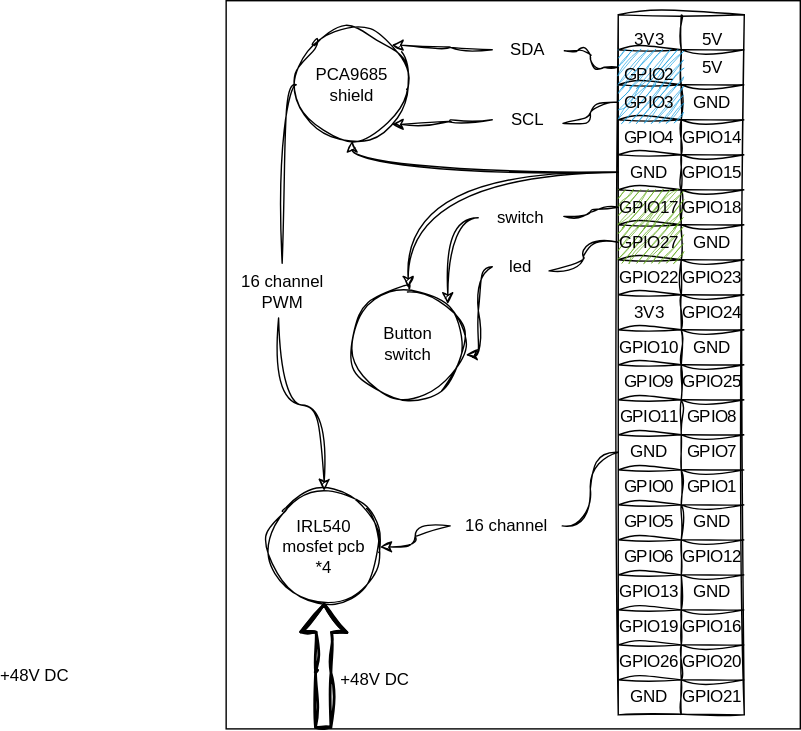
This is ressources/diagram-wiring.svg from lan-ensad/cloches-sous-tension, a draw.io export, as it was before one commit. Source tidied: cells renumbered, new cells last; positions are measured from the earlier drawing's top-left corner, leaving out a move shared by most shapes.
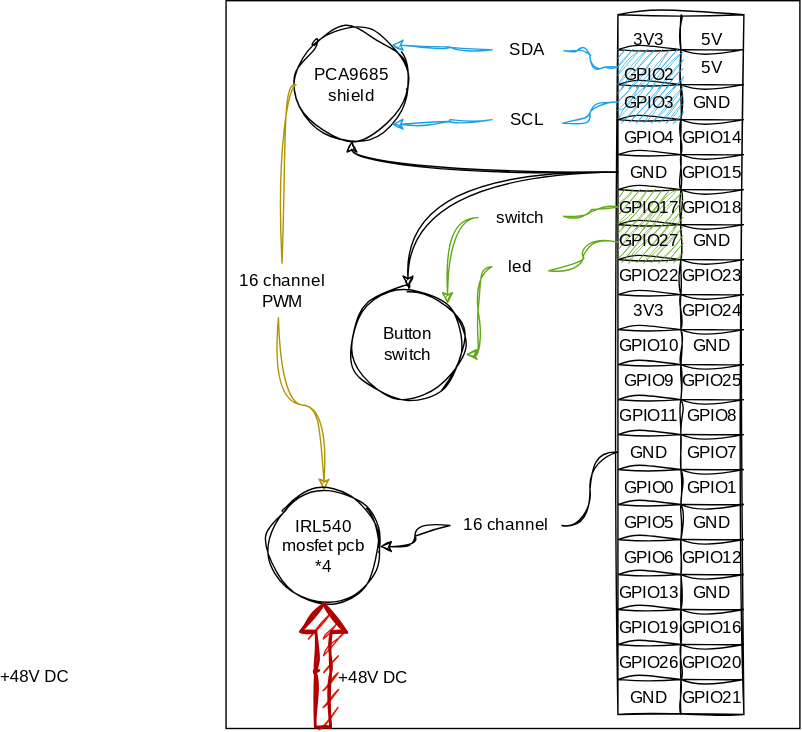
The same diagram one commit later.

What changed in the source:
```diff
@@ -20,7 +20,7 @@
     <mxCell id="7" style="shape=tableRow;horizontal=0;startSize=0;swimlaneHead=0;swimlaneBody=0;top=0;left=0;bottom=0;right=0;fillColor=none;points=[[0,0.5],[1,0.5]];portConstraint=eastwest;hachureGap=4;fontFamily=Architects Daughter;fontSource=https%3A%2F%2Ffonts.googleapis.com%2Fcss%3Ffamily%3DArchitects%2BDaughter;fontSize=20;sketch=1;curveFitting=1;jiggle=2;" parent="3" vertex="1">
       <mxGeometry y="25" width="90" height="25" as="geometry" />
     </mxCell>
-    <mxCell id="8" value="&lt;font color=&quot;#000000&quot; style=&quot;font-size: 12px;&quot;&gt;GPIO2&lt;/font&gt;" style="shape=partialRectangle;html=1;whiteSpace=wrap;fillColor=#1ba1e2;top=0;left=0;bottom=0;right=0;overflow=hidden;hachureGap=4;fontFamily=Architects Daughter;fontSource=https%3A%2F%2Ffonts.googleapis.com%2Fcss%3Ffamily%3DArchitects%2BDaughter;fontSize=20;fontColor=#ffffff;strokeColor=#006EAF;sketch=1;curveFitting=1;jiggle=2;" parent="7" vertex="1">
+    <mxCell id="8" value="&lt;font color=&quot;#000000&quot; style=&quot;font-size: 12px;&quot;&gt;GPIO2&lt;/font&gt;" style="shape=partialRectangle;html=1;whiteSpace=wrap;fillColor=#1BA1E2;top=0;left=0;bottom=0;right=0;overflow=hidden;hachureGap=4;fontFamily=Architects Daughter;fontSource=https%3A%2F%2Ffonts.googleapis.com%2Fcss%3Ffamily%3DArchitects%2BDaughter;fontSize=20;fontColor=#ffffff;strokeColor=#006EAF;sketch=1;curveFitting=1;jiggle=2;" parent="7" vertex="1">
       <mxGeometry width="45" height="25" as="geometry" />
     </mxCell>
     <mxCell id="9" value="5V" style="shape=partialRectangle;html=1;whiteSpace=wrap;fillColor=none;top=0;left=0;bottom=0;right=0;overflow=hidden;hachureGap=4;fontFamily=Architects Daughter;fontSource=https%3A%2F%2Ffonts.googleapis.com%2Fcss%3Ffamily%3DArchitects%2BDaughter;fontSize=12;sketch=1;curveFitting=1;jiggle=2;" parent="7" vertex="1">
@@ -56,7 +56,7 @@
     <mxCell id="19" style="shape=tableRow;horizontal=0;startSize=0;swimlaneHead=0;swimlaneBody=0;top=0;left=0;bottom=0;right=0;fillColor=none;points=[[0,0.5],[1,0.5]];portConstraint=eastwest;hachureGap=4;fontFamily=Architects Daughter;fontSource=https%3A%2F%2Ffonts.googleapis.com%2Fcss%3Ffamily%3DArchitects%2BDaughter;fontSize=20;sketch=1;curveFitting=1;jiggle=2;" parent="3" vertex="1">
       <mxGeometry y="125" width="90" height="25" as="geometry" />
     </mxCell>
-    <mxCell id="20" value="&lt;font color=&quot;#000000&quot;&gt;GPIO17&lt;/font&gt;" style="shape=partialRectangle;html=1;whiteSpace=wrap;fillColor=#60a917;top=0;left=0;bottom=0;right=0;overflow=hidden;hachureGap=4;fontFamily=Architects Daughter;fontSource=https%3A%2F%2Ffonts.googleapis.com%2Fcss%3Ffamily%3DArchitects%2BDaughter;fontSize=12;fontColor=#ffffff;strokeColor=#2D7600;sketch=1;curveFitting=1;jiggle=2;" parent="19" vertex="1">
+    <mxCell id="20" value="&lt;font color=&quot;#000000&quot;&gt;GPIO17&lt;/font&gt;" style="shape=partialRectangle;html=1;whiteSpace=wrap;fillColor=#60A917;top=0;left=0;bottom=0;right=0;overflow=hidden;hachureGap=4;fontFamily=Architects Daughter;fontSource=https%3A%2F%2Ffonts.googleapis.com%2Fcss%3Ffamily%3DArchitects%2BDaughter;fontSize=12;fontColor=#ffffff;strokeColor=#2D7600;sketch=1;curveFitting=1;jiggle=2;" parent="19" vertex="1">
       <mxGeometry width="45" height="25" as="geometry" />
     </mxCell>
     <mxCell id="21" value="GPIO18" style="shape=partialRectangle;html=1;whiteSpace=wrap;fillColor=none;top=0;left=0;bottom=0;right=0;overflow=hidden;hachureGap=4;fontFamily=Architects Daughter;fontSource=https%3A%2F%2Ffonts.googleapis.com%2Fcss%3Ffamily%3DArchitects%2BDaughter;fontSize=12;sketch=1;curveFitting=1;jiggle=2;" parent="19" vertex="1">
@@ -188,76 +188,76 @@
     <mxCell id="63" value="GPIO21" style="shape=partialRectangle;html=1;whiteSpace=wrap;fillColor=none;top=0;left=0;bottom=0;right=0;overflow=hidden;hachureGap=4;fontFamily=Architects Daughter;fontSource=https%3A%2F%2Ffonts.googleapis.com%2Fcss%3Ffamily%3DArchitects%2BDaughter;fontSize=12;sketch=1;curveFitting=1;jiggle=2;" parent="61" vertex="1">
       <mxGeometry x="45" width="45" height="25" as="geometry" />
     </mxCell>
-    <mxCell id="64" style="edgeStyle=orthogonalEdgeStyle;curved=1;html=1;exitX=0.468;exitY=0.977;exitDx=0;exitDy=0;entryX=0.5;entryY=0;entryDx=0;entryDy=0;fontSize=12;elbow=vertical;startArrow=none;exitPerimeter=0;sketch=1;curveFitting=1;jiggle=2;" parent="1" edge="1" source="83" target="81">
+    <mxCell id="64" style="edgeStyle=orthogonalEdgeStyle;curved=1;html=1;exitX=0.468;exitY=0.977;exitDx=0;exitDy=0;entryX=0.5;entryY=0;entryDx=0;entryDy=0;fontSize=12;elbow=vertical;startArrow=none;exitPerimeter=0;sketch=1;curveFitting=1;jiggle=2;fillColor=#e3c800;strokeColor=#B09500;" parent="1" edge="1" source="83" target="81">
       <mxGeometry relative="1" as="geometry" />
     </mxCell>
-    <mxCell id="65" value="PCA9685&lt;br&gt;shield" style="ellipse;whiteSpace=wrap;html=1;fontSize=12;sketch=1;curveFitting=1;jiggle=2;" parent="1" vertex="1">
+    <mxCell id="65" value="&lt;font face=&quot;Architects Daughter&quot;&gt;PCA9685&lt;br&gt;shield&lt;/font&gt;" style="ellipse;whiteSpace=wrap;html=1;fontSize=12;sketch=1;curveFitting=1;jiggle=2;" parent="1" vertex="1">
       <mxGeometry x="64" y="20" width="80" height="80" as="geometry" />
     </mxCell>
-    <mxCell id="66" style="edgeStyle=orthogonalEdgeStyle;html=1;exitX=0;exitY=0.5;exitDx=0;exitDy=0;entryX=1;entryY=0;entryDx=0;entryDy=0;fontSize=12;startArrow=none;curved=1;sketch=1;curveFitting=1;jiggle=2;" parent="1" edge="1" source="69" target="65">
+    <mxCell id="66" style="edgeStyle=orthogonalEdgeStyle;html=1;exitX=0;exitY=0.5;exitDx=0;exitDy=0;entryX=1;entryY=0;entryDx=0;entryDy=0;fontSize=12;startArrow=none;curved=1;sketch=1;curveFitting=1;jiggle=2;strokeColor=#1BA1E2;" parent="1" edge="1" source="69" target="65">
       <mxGeometry relative="1" as="geometry" />
     </mxCell>
-    <mxCell id="67" style="edgeStyle=orthogonalEdgeStyle;html=1;exitX=0;exitY=0.5;exitDx=0;exitDy=0;entryX=1;entryY=1;entryDx=0;entryDy=0;fontSize=12;startArrow=none;curved=1;sketch=1;curveFitting=1;jiggle=2;" parent="1" edge="1" source="71" target="65">
+    <mxCell id="67" style="edgeStyle=orthogonalEdgeStyle;html=1;exitX=0;exitY=0.5;exitDx=0;exitDy=0;entryX=1;entryY=1;entryDx=0;entryDy=0;fontSize=12;startArrow=none;curved=1;sketch=1;curveFitting=1;jiggle=2;strokeColor=#1BA1E2;" parent="1" edge="1" source="71" target="65">
       <mxGeometry relative="1" as="geometry" />
     </mxCell>
-    <mxCell id="68" style="html=1;exitX=0;exitY=0.5;exitDx=0;exitDy=0;entryX=1.03;entryY=0.524;entryDx=0;entryDy=0;fontSize=12;endArrow=none;entryPerimeter=0;edgeStyle=orthogonalEdgeStyle;sketch=1;curveFitting=1;jiggle=2;" parent="1" edge="1" source="7" target="69">
+    <mxCell id="68" style="html=1;exitX=0;exitY=0.5;exitDx=0;exitDy=0;entryX=1.03;entryY=0.524;entryDx=0;entryDy=0;fontSize=12;endArrow=none;entryPerimeter=0;edgeStyle=orthogonalEdgeStyle;sketch=1;curveFitting=1;jiggle=2;strokeColor=#1BA1E2;" parent="1" edge="1" source="7" target="69">
       <mxGeometry relative="1" as="geometry" />
     </mxCell>
-    <mxCell id="69" value="SDA" style="text;html=1;align=center;verticalAlign=middle;points=[];strokeColor=none;fillColor=none;fontSize=12;sketch=1;curveFitting=1;jiggle=2;" parent="1" vertex="1">
+    <mxCell id="69" value="&lt;font face=&quot;Architects Daughter&quot;&gt;SDA&lt;/font&gt;" style="text;html=1;align=center;verticalAlign=middle;points=[];strokeColor=none;fillColor=none;fontSize=12;sketch=1;curveFitting=1;jiggle=2;" parent="1" vertex="1">
       <mxGeometry x="204" y="20" width="50" height="30" as="geometry" />
     </mxCell>
-    <mxCell id="70" style="edgeStyle=orthogonalEdgeStyle;html=1;exitX=0;exitY=0.5;exitDx=0;exitDy=0;entryX=1.01;entryY=0.587;entryDx=0;entryDy=0;fontSize=12;endArrow=none;entryPerimeter=0;curved=1;sketch=1;curveFitting=1;jiggle=2;" parent="1" edge="1" source="10" target="71">
+    <mxCell id="70" style="edgeStyle=orthogonalEdgeStyle;html=1;exitX=0;exitY=0.5;exitDx=0;exitDy=0;entryX=1.01;entryY=0.587;entryDx=0;entryDy=0;fontSize=12;endArrow=none;entryPerimeter=0;curved=1;sketch=1;curveFitting=1;jiggle=2;strokeColor=#1BA1E2;" parent="1" edge="1" source="10" target="71">
       <mxGeometry relative="1" as="geometry" />
     </mxCell>
-    <mxCell id="71" value="SCL" style="text;html=1;align=center;verticalAlign=middle;points=[];strokeColor=none;fillColor=none;fontSize=12;sketch=1;curveFitting=1;jiggle=2;" parent="1" vertex="1">
+    <mxCell id="71" value="&lt;font face=&quot;Architects Daughter&quot;&gt;SCL&lt;/font&gt;" style="text;html=1;align=center;verticalAlign=middle;points=[];strokeColor=none;fillColor=none;fontSize=12;sketch=1;curveFitting=1;jiggle=2;" parent="1" vertex="1">
       <mxGeometry x="204" y="70" width="50" height="30" as="geometry" />
     </mxCell>
     <mxCell id="72" style="edgeStyle=orthogonalEdgeStyle;curved=1;html=1;exitX=0;exitY=0.5;exitDx=0;exitDy=0;entryX=0.5;entryY=1;entryDx=0;entryDy=0;fontSize=12;elbow=vertical;sketch=1;curveFitting=1;jiggle=2;" parent="1" edge="1" source="16" target="65">
       <mxGeometry relative="1" as="geometry" />
     </mxCell>
-    <mxCell id="73" value="Button&lt;br&gt;switch" style="ellipse;whiteSpace=wrap;html=1;fontSize=12;sketch=1;curveFitting=1;jiggle=2;" parent="1" vertex="1">
+    <mxCell id="73" value="&lt;font face=&quot;Architects Daughter&quot;&gt;Button&lt;br&gt;switch&lt;/font&gt;" style="ellipse;whiteSpace=wrap;html=1;fontSize=12;sketch=1;curveFitting=1;jiggle=2;" parent="1" vertex="1">
       <mxGeometry x="104" y="205" width="80" height="80" as="geometry" />
     </mxCell>
-    <mxCell id="74" style="edgeStyle=orthogonalEdgeStyle;curved=1;html=1;exitX=0;exitY=0.5;exitDx=0;exitDy=0;entryX=1;entryY=0;entryDx=0;entryDy=0;fontSize=12;elbow=vertical;startArrow=none;sketch=1;curveFitting=1;jiggle=2;" parent="1" edge="1" source="78" target="73">
+    <mxCell id="74" style="edgeStyle=orthogonalEdgeStyle;curved=1;html=1;exitX=0;exitY=0.5;exitDx=0;exitDy=0;entryX=1;entryY=0;entryDx=0;entryDy=0;fontSize=12;elbow=vertical;startArrow=none;sketch=1;curveFitting=1;jiggle=2;strokeColor=#60A917;" parent="1" edge="1" source="78" target="73">
       <mxGeometry relative="1" as="geometry" />
     </mxCell>
-    <mxCell id="75" style="edgeStyle=orthogonalEdgeStyle;curved=1;html=1;exitX=0;exitY=0.5;exitDx=0;exitDy=0;entryX=1.015;entryY=0.598;entryDx=0;entryDy=0;entryPerimeter=0;fontSize=12;elbow=vertical;startArrow=none;sketch=1;curveFitting=1;jiggle=2;" parent="1" edge="1" source="80" target="73">
+    <mxCell id="75" style="edgeStyle=orthogonalEdgeStyle;curved=1;html=1;exitX=0;exitY=0.5;exitDx=0;exitDy=0;entryX=1.015;entryY=0.598;entryDx=0;entryDy=0;entryPerimeter=0;fontSize=12;elbow=vertical;startArrow=none;sketch=1;curveFitting=1;jiggle=2;strokeColor=#60A917;" parent="1" edge="1" source="80" target="73">
       <mxGeometry relative="1" as="geometry" />
     </mxCell>
     <mxCell id="76" style="edgeStyle=orthogonalEdgeStyle;curved=1;html=1;exitX=0;exitY=0.5;exitDx=0;exitDy=0;entryX=0.5;entryY=0;entryDx=0;entryDy=0;fontSize=12;elbow=vertical;sketch=1;curveFitting=1;jiggle=2;" parent="1" edge="1" source="16" target="73">
       <mxGeometry relative="1" as="geometry" />
     </mxCell>
-    <mxCell id="77" style="edgeStyle=orthogonalEdgeStyle;curved=1;html=1;exitX=0;exitY=0.5;exitDx=0;exitDy=0;entryX=1.019;entryY=0.467;entryDx=0;entryDy=0;fontSize=12;elbow=vertical;endArrow=none;entryPerimeter=0;sketch=1;curveFitting=1;jiggle=2;" parent="1" edge="1" source="19" target="78">
+    <mxCell id="77" style="edgeStyle=orthogonalEdgeStyle;curved=1;html=1;exitX=0;exitY=0.5;exitDx=0;exitDy=0;entryX=1.019;entryY=0.467;entryDx=0;entryDy=0;fontSize=12;elbow=vertical;endArrow=none;entryPerimeter=0;sketch=1;curveFitting=1;jiggle=2;strokeColor=#60A917;" parent="1" edge="1" source="19" target="78">
       <mxGeometry relative="1" as="geometry" />
     </mxCell>
-    <mxCell id="78" value="switch" style="text;html=1;align=center;verticalAlign=middle;points=[];strokeColor=none;fillColor=none;fontSize=12;sketch=1;curveFitting=1;jiggle=2;" parent="1" vertex="1">
+    <mxCell id="78" value="switch" style="text;html=1;align=center;verticalAlign=middle;points=[];strokeColor=none;fillColor=none;fontSize=12;sketch=1;curveFitting=1;jiggle=2;fontFamily=Architects Daughter;fontSource=https%3A%2F%2Ffonts.googleapis.com%2Fcss%3Ffamily%3DArchitects%2BDaughter;" parent="1" vertex="1">
       <mxGeometry x="194" y="140" width="60" height="30" as="geometry" />
     </mxCell>
-    <mxCell id="79" style="edgeStyle=orthogonalEdgeStyle;curved=1;html=1;exitX=0;exitY=0.5;exitDx=0;exitDy=0;entryX=1.015;entryY=0.598;entryDx=0;entryDy=0;entryPerimeter=0;fontSize=12;elbow=vertical;endArrow=none;sketch=1;curveFitting=1;jiggle=2;" parent="1" edge="1" source="22" target="80">
+    <mxCell id="79" style="edgeStyle=orthogonalEdgeStyle;curved=1;html=1;exitX=0;exitY=0.5;exitDx=0;exitDy=0;entryX=1.015;entryY=0.598;entryDx=0;entryDy=0;entryPerimeter=0;fontSize=12;elbow=vertical;endArrow=none;sketch=1;curveFitting=1;jiggle=2;strokeColor=#60A917;" parent="1" edge="1" source="22" target="80">
       <mxGeometry relative="1" as="geometry" />
     </mxCell>
-    <mxCell id="80" value="led" style="text;html=1;align=center;verticalAlign=middle;points=[];strokeColor=none;fillColor=none;fontSize=12;sketch=1;curveFitting=1;jiggle=2;" parent="1" vertex="1">
+    <mxCell id="80" value="led" style="text;html=1;align=center;verticalAlign=middle;points=[];strokeColor=none;fillColor=none;fontSize=12;sketch=1;curveFitting=1;jiggle=2;fontFamily=Architects Daughter;fontSource=https%3A%2F%2Ffonts.googleapis.com%2Fcss%3Ffamily%3DArchitects%2BDaughter;" parent="1" vertex="1">
       <mxGeometry x="204" y="175" width="40" height="30" as="geometry" />
     </mxCell>
-    <mxCell id="81" value="IRL540&lt;br&gt;mosfet pcb&lt;br&gt;*4" style="ellipse;whiteSpace=wrap;html=1;fontSize=12;sketch=1;curveFitting=1;jiggle=2;" parent="1" vertex="1">
+    <mxCell id="81" value="IRL540&lt;br&gt;mosfet pcb&lt;br&gt;*4" style="ellipse;whiteSpace=wrap;html=1;fontSize=12;sketch=1;curveFitting=1;jiggle=2;fontFamily=Architects Daughter;fontSource=https%3A%2F%2Ffonts.googleapis.com%2Fcss%3Ffamily%3DArchitects%2BDaughter;" parent="1" vertex="1">
       <mxGeometry x="44" y="350" width="80" height="80" as="geometry" />
     </mxCell>
-    <mxCell id="82" style="edgeStyle=orthogonalEdgeStyle;curved=1;html=1;exitX=0;exitY=0.5;exitDx=0;exitDy=0;entryX=0.5;entryY=0;entryDx=0;entryDy=0;fontSize=12;elbow=vertical;endArrow=none;sketch=1;curveFitting=1;jiggle=2;" parent="1" edge="1" source="65" target="83">
+    <mxCell id="82" style="edgeStyle=orthogonalEdgeStyle;curved=1;html=1;exitX=0;exitY=0.5;exitDx=0;exitDy=0;entryX=0.5;entryY=0;entryDx=0;entryDy=0;fontSize=12;elbow=vertical;endArrow=none;sketch=1;curveFitting=1;jiggle=2;fillColor=#e3c800;strokeColor=#B09500;" parent="1" edge="1" source="65" target="83">
       <mxGeometry relative="1" as="geometry" />
     </mxCell>
-    <mxCell id="83" value="16 channel&lt;br&gt;PWM" style="text;html=1;align=center;verticalAlign=middle;points=[];strokeColor=none;fillColor=none;fontSize=12;sketch=1;curveFitting=1;jiggle=2;" parent="1" vertex="1">
+    <mxCell id="83" value="16 channel&lt;br&gt;PWM" style="text;html=1;align=center;verticalAlign=middle;points=[];strokeColor=none;fillColor=none;fontSize=12;sketch=1;curveFitting=1;jiggle=2;fontFamily=Architects Daughter;fontSource=https%3A%2F%2Ffonts.googleapis.com%2Fcss%3Ffamily%3DArchitects%2BDaughter;" parent="1" vertex="1">
       <mxGeometry x="14" y="187.5" width="80" height="40" as="geometry" />
     </mxCell>
-    <mxCell id="84" style="edgeStyle=orthogonalEdgeStyle;curved=1;html=1;exitX=0;exitY=0.5;exitDx=0;exitDy=0;entryX=1;entryY=0.5;entryDx=0;entryDy=0;fontSize=12;elbow=vertical;startArrow=none;sketch=1;curveFitting=1;jiggle=2;" parent="1" edge="1" source="86" target="81">
+    <mxCell id="84" style="edgeStyle=orthogonalEdgeStyle;curved=1;html=1;exitX=0;exitY=0.5;exitDx=0;exitDy=0;entryX=1;entryY=0.5;entryDx=0;entryDy=0;fontSize=12;elbow=vertical;startArrow=none;sketch=1;curveFitting=1;jiggle=2;strokeColor=#000000;" parent="1" edge="1" source="86" target="81">
       <mxGeometry relative="1" as="geometry" />
     </mxCell>
-    <mxCell id="85" style="edgeStyle=orthogonalEdgeStyle;curved=1;html=1;exitX=0;exitY=0.5;exitDx=0;exitDy=0;entryX=1;entryY=0.5;entryDx=0;entryDy=0;fontSize=12;elbow=vertical;endArrow=none;sketch=1;curveFitting=1;jiggle=2;" parent="1" edge="1" source="40" target="86">
+    <mxCell id="85" style="edgeStyle=orthogonalEdgeStyle;curved=1;html=1;exitX=0;exitY=0.5;exitDx=0;exitDy=0;entryX=1;entryY=0.5;entryDx=0;entryDy=0;fontSize=12;elbow=vertical;endArrow=none;sketch=1;curveFitting=1;jiggle=2;strokeColor=#000000;" parent="1" edge="1" source="40" target="86">
       <mxGeometry relative="1" as="geometry" />
     </mxCell>
-    <mxCell id="86" value="16 channel" style="text;html=1;align=center;verticalAlign=middle;points=[];strokeColor=none;fillColor=none;fontSize=12;sketch=1;curveFitting=1;jiggle=2;" parent="1" vertex="1">
+    <mxCell id="86" value="16 channel" style="text;html=1;align=center;verticalAlign=middle;points=[];strokeColor=none;fillColor=none;fontSize=12;sketch=1;curveFitting=1;jiggle=2;fontFamily=Architects Daughter;fontSource=https%3A%2F%2Ffonts.googleapis.com%2Fcss%3Ffamily%3DArchitects%2BDaughter;" parent="1" vertex="1">
       <mxGeometry x="174" y="360" width="80" height="30" as="geometry" />
     </mxCell>
-    <mxCell id="87" style="shape=flexArrow;endArrow=classic;html=1;strokeWidth=2;fontSize=12;entryX=0.5;entryY=1;entryDx=0;entryDy=0;edgeStyle=orthogonalEdgeStyle;exitX=0.169;exitY=1;exitDx=0;exitDy=0;sketch=1;curveFitting=1;jiggle=2;exitPerimeter=0;" parent="1" edge="1" source="2" target="81">
+    <mxCell id="87" style="shape=flexArrow;endArrow=classic;html=1;strokeWidth=2;fontSize=12;entryX=0.5;entryY=1;entryDx=0;entryDy=0;edgeStyle=orthogonalEdgeStyle;exitX=0.169;exitY=1;exitDx=0;exitDy=0;sketch=1;curveFitting=1;jiggle=2;exitPerimeter=0;fillColor=#e51400;strokeColor=#B20000;" parent="1" edge="1" source="2" target="81">
       <mxGeometry relative="1" as="geometry">
         <Array as="points">
           <mxPoint x="83" y="480" />
@@ -270,7 +270,7 @@
         <mxPoint x="-208" y="16" as="offset" />
       </mxGeometry>
     </mxCell>
-    <mxCell id="89" value="+48V DC" style="edgeLabel;html=1;align=center;verticalAlign=middle;fontSize=12;sketch=1;curveFitting=1;jiggle=2;" parent="1" vertex="1">
+    <mxCell id="89" value="&lt;font face=&quot;Architects Daughter&quot;&gt;+48V DC&lt;/font&gt;" style="edgeLabel;html=1;align=center;verticalAlign=middle;fontSize=12;sketch=1;curveFitting=1;jiggle=2;" parent="1" vertex="1">
       <mxGeometry as="geometry">
         <mxPoint x="119" y="484" as="offset" />
       </mxGeometry>
```
